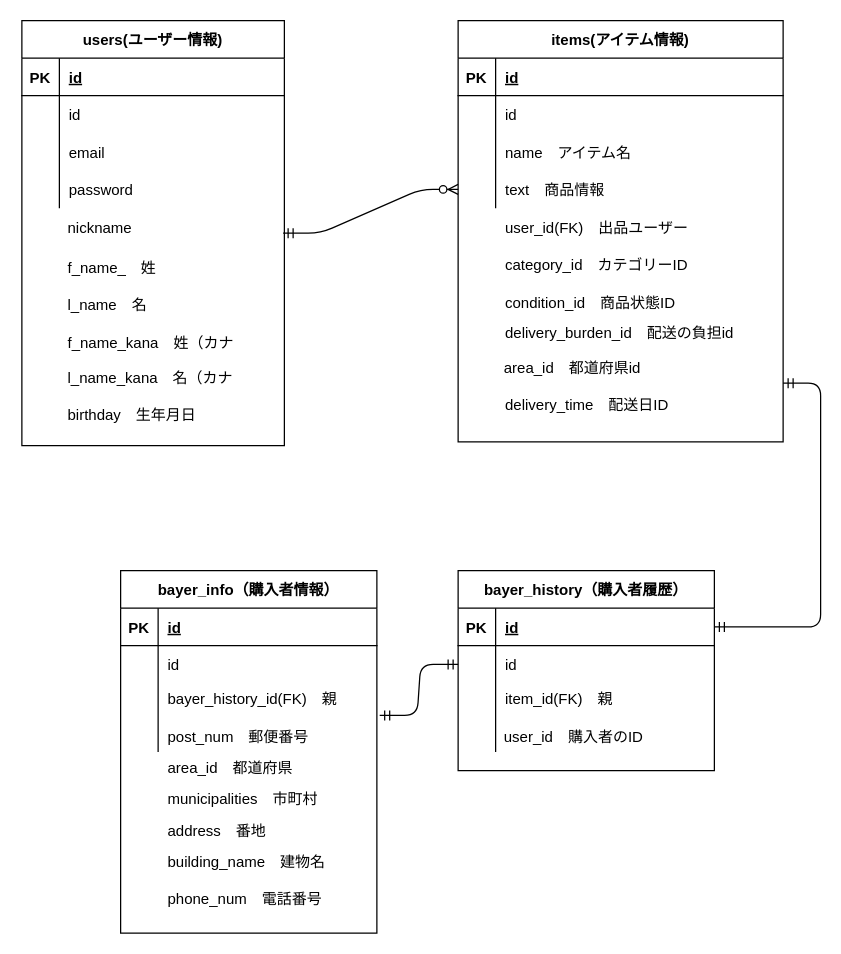
Earlier version of the draw.io diagram config/DB.dio (waaawoo/furima-34760). Source tidied: cells renumbered, new cells numbered last; positions are measured from the earlier drawing's top-left corner, leaving out a move shared by most shapes. Both pictures are drawn from the tidied source at 125%, with x=0, y=0 at pixel (20, 20).
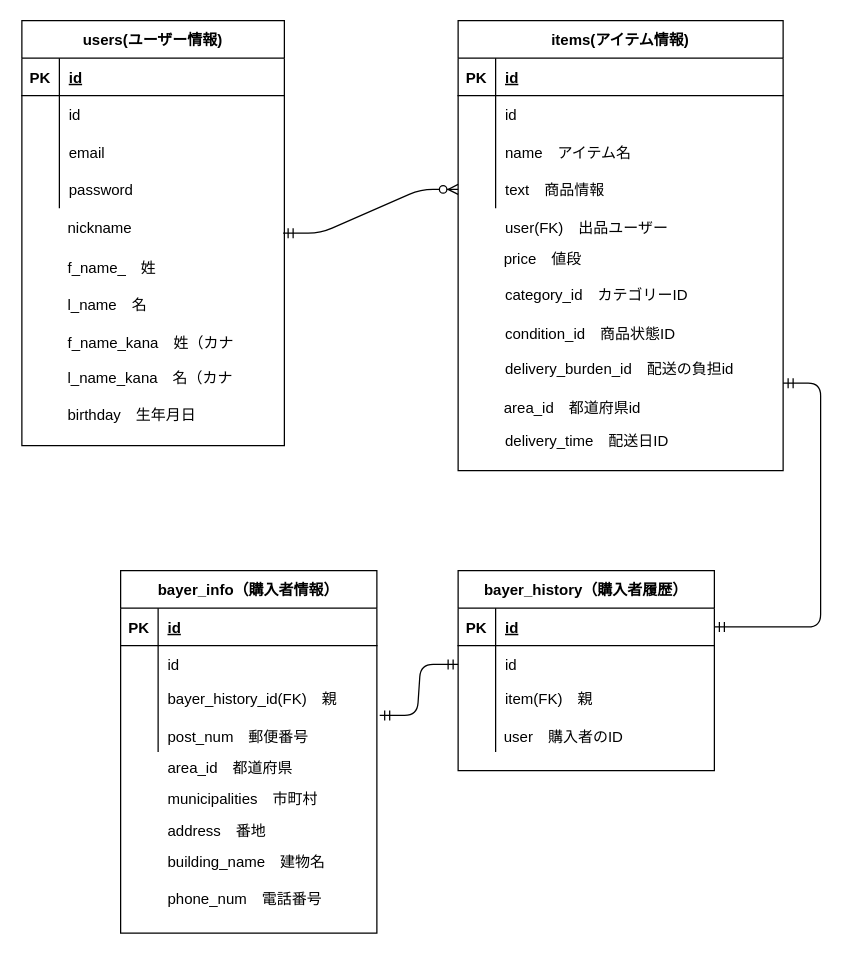
After the change.

Commit message (it also covers changes not shown here):
指摘事項修正.2

Unchanged cells that the change refers to:
```xml
<mxCell id="41" style="shape=partialRectangle;fillColor=none;top=0;left=0;bottom=0;right=0;" parent="34" vertex="1">
  <mxGeometry y="90" width="205" height="25" as="geometry" />
</mxCell>
<mxCell id="47" style="shape=partialRectangle;fillColor=none;top=0;left=0;bottom=0;right=0;" parent="1" vertex="1">
  <mxGeometry x="350" y="150" width="260" height="30" as="geometry" />
</mxCell>
```

What changed in the source:
```diff
@@
     <mxCell id="21" value="items(アイテム情報)" style="shape=table;startSize=30;childLayout=tableLayout;rowLines=0;fontStyle=1;align=center;" parent="1" vertex="1">
-      <mxGeometry x="350" width="260" height="337" as="geometry" />
+      <mxGeometry x="350" width="260" height="360" as="geometry" />
     </mxCell>
@@
-    <mxCell id="43" value="item_id(FK)　親" style="shape=partialRectangle;fillColor=none;top=0;left=0;bottom=0;right=0;align=left;spacingLeft=6;overflow=hidden;" parent="41" vertex="1">
+    <mxCell id="43" value="item(FK)　親" style="shape=partialRectangle;fillColor=none;top=0;left=0;bottom=0;right=0;align=left;spacingLeft=6;overflow=hidden;" parent="41" vertex="1">
       <mxGeometry x="30" width="175" height="25" as="geometry" />
     </mxCell>
@@
-    <mxCell id="49" value="user_id(FK)　出品ユーザー" style="shape=partialRectangle;fillColor=none;top=0;left=0;bottom=0;right=0;align=left;spacingLeft=6;overflow=hidden;" parent="47" vertex="1">
+    <mxCell id="49" value="user(FK)　出品ユーザー" style="shape=partialRectangle;fillColor=none;top=0;left=0;bottom=0;right=0;align=left;spacingLeft=6;overflow=hidden;" parent="47" vertex="1">
       <mxGeometry x="30" width="230" height="30" as="geometry" />
     </mxCell>
     <mxCell id="50" value="category_id　カテゴリーID" style="shape=partialRectangle;fillColor=none;top=0;left=0;bottom=0;right=0;align=left;spacingLeft=6;overflow=hidden;" parent="1" vertex="1">
-      <mxGeometry x="380" y="180" width="230" height="30" as="geometry" />
+      <mxGeometry x="380" y="204" width="230" height="30" as="geometry" />
     </mxCell>
     <mxCell id="51" value="condition_id　商品状態ID" style="shape=partialRectangle;fillColor=none;top=0;left=0;bottom=0;right=0;align=left;spacingLeft=6;overflow=hidden;" parent="1" vertex="1">
-      <mxGeometry x="380" y="210" width="230" height="30" as="geometry" />
+      <mxGeometry x="380" y="235" width="230" height="30" as="geometry" />
     </mxCell>
     <mxCell id="52" value="delivery_burden_id　配送の負担id" style="shape=partialRectangle;fillColor=none;top=0;left=0;bottom=0;right=0;align=left;spacingLeft=6;overflow=hidden;" parent="1" vertex="1">
-      <mxGeometry x="380" y="234.5" width="230" height="30" as="geometry" />
+      <mxGeometry x="380" y="263.5" width="230" height="30" as="geometry" />
     </mxCell>
     <mxCell id="53" value="area_id　都道府県id" style="shape=partialRectangle;fillColor=none;top=0;left=0;bottom=0;right=0;align=left;spacingLeft=6;overflow=hidden;" parent="1" vertex="1">
-      <mxGeometry x="379" y="257" width="230" height="40" as="geometry" />
+      <mxGeometry x="379" y="289.5" width="230" height="40" as="geometry" />
     </mxCell>
     <mxCell id="54" value="delivery_time　配送日ID" style="shape=partialRectangle;fillColor=none;top=0;left=0;bottom=0;right=0;align=left;spacingLeft=6;overflow=hidden;" parent="1" vertex="1">
-      <mxGeometry x="380" y="287" width="230" height="40" as="geometry" />
+      <mxGeometry x="380" y="316" width="230" height="40" as="geometry" />
     </mxCell>
-    <mxCell id="55" style="shape=partialRectangle;fillColor=none;top=0;left=0;bottom=0;right=0;align=left;spacingLeft=6;overflow=hidden;" parent="1" vertex="1">
-      <mxGeometry x="350" y="300" width="175" height="30" as="geometry" />
-    </mxCell>
@@
-    <mxCell id="59" value="user_id　購入者のID　" style="shape=partialRectangle;fillColor=none;top=0;left=0;bottom=0;right=0;align=left;spacingLeft=6;overflow=hidden;" parent="1" vertex="1">
+    <mxCell id="59" value="user　購入者のID　" style="shape=partialRectangle;fillColor=none;top=0;left=0;bottom=0;right=0;align=left;spacingLeft=6;overflow=hidden;" parent="1" vertex="1">
       <mxGeometry x="379" y="560" width="175" height="25" as="geometry" />
     </mxCell>
@@
+    <mxCell id="81" value="price　値段" style="shape=partialRectangle;fillColor=none;top=0;left=0;bottom=0;right=0;align=left;spacingLeft=6;overflow=hidden;" parent="1" vertex="1">
+      <mxGeometry x="379" y="175" width="230" height="30" as="geometry" />
+    </mxCell>
```
